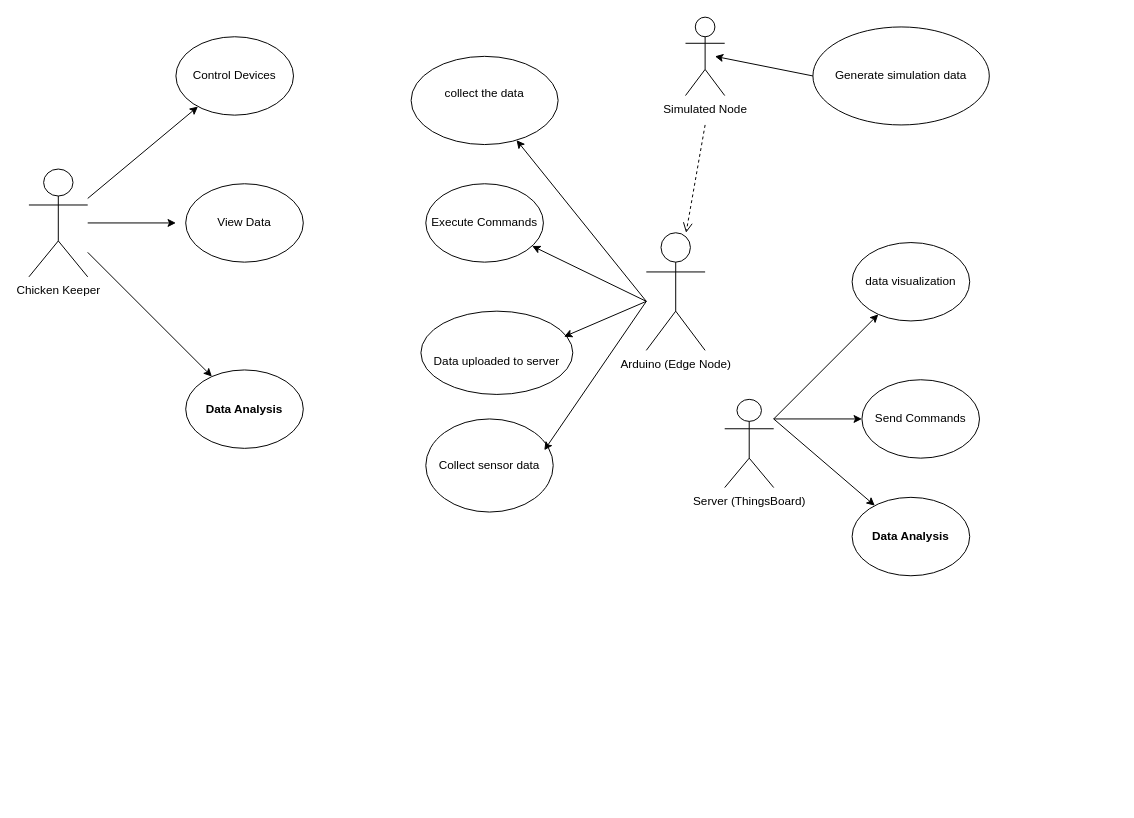
Earlier version of the draw.io diagram Requirement_UseCase_Diagram.drawio (XingxingLiao/TEST). Source tidied: cells renumbered, new cells numbered last; positions are measured from the earlier drawing's top-left corner, leaving out a move shared by most shapes. Both pictures are drawn from the tidied source at 98%, with x=0, y=0 at pixel (28, 17).
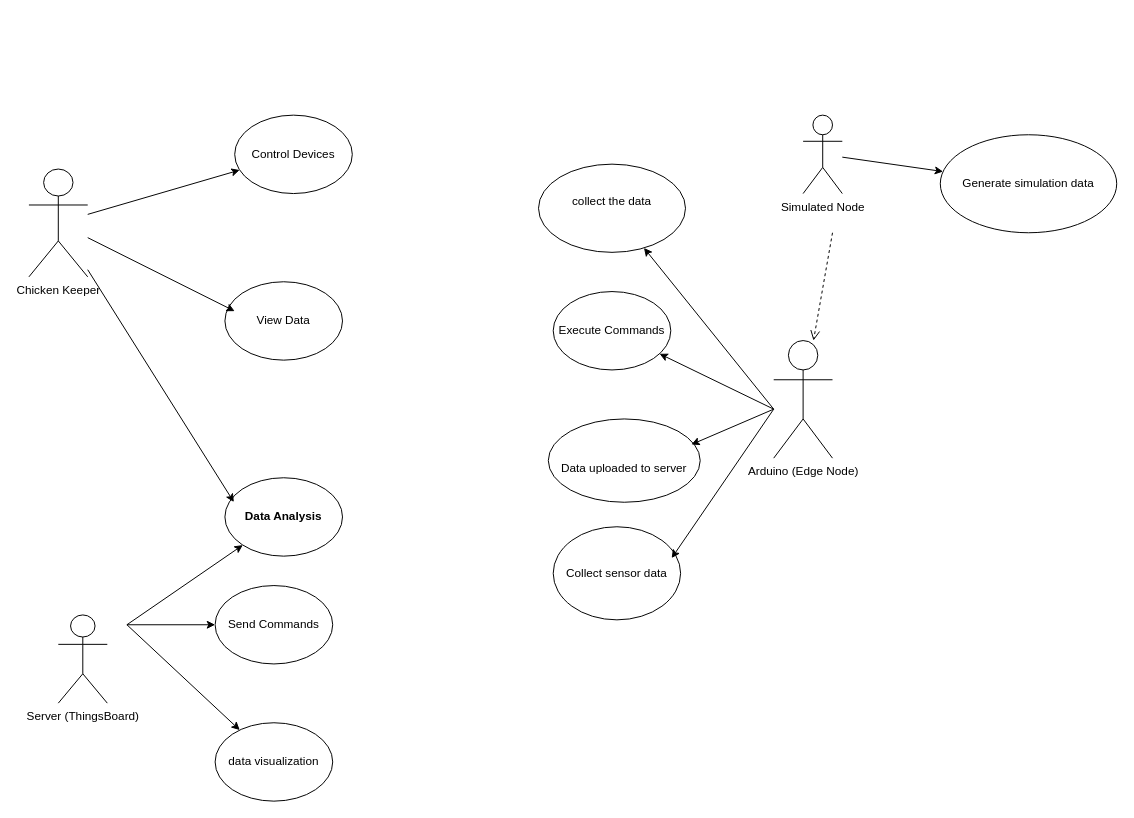
After the change.

The change refers to these unchanged cells:
```xml
<mxCell id="2" value="Chicken Keeper" style="shape=umlActor;verticalLabelPosition=bottom;verticalAlign=top;html=1;outlineConnect=0;" parent="1" vertex="1">
  <mxGeometry y="155" width="60" height="110" as="geometry" />
</mxCell>
```

Diff of the diagram source:
```diff
@@
     <mxCell id="3" value="collect the data&lt;div&gt;&lt;br&gt;&lt;/div&gt;" style="ellipse;whiteSpace=wrap;html=1;" parent="1" vertex="1">
-      <mxGeometry x="390" y="40" width="150" height="90" as="geometry" />
+      <mxGeometry x="520" y="150" width="150" height="90" as="geometry" />
     </mxCell>
     <mxCell id="4" value="Arduino (Edge Node)" style="shape=umlActor;verticalLabelPosition=bottom;verticalAlign=top;html=1;outlineConnect=0;" parent="1" vertex="1">
-      <mxGeometry x="630" y="220" width="60" height="120" as="geometry" />
+      <mxGeometry x="760" y="330" width="60" height="120" as="geometry" />
     </mxCell>
     <mxCell id="5" value="&lt;div style=&quot;text-wrap-mode: nowrap;&quot;&gt;&lt;br&gt;&lt;/div&gt;&lt;div style=&quot;text-wrap-mode: nowrap;&quot;&gt;Data uploaded to server&lt;/div&gt;" style="ellipse;whiteSpace=wrap;html=1;" parent="1" vertex="1">
-      <mxGeometry x="400" y="300" width="155" height="85" as="geometry" />
+      <mxGeometry x="530" y="410" width="155" height="85" as="geometry" />
     </mxCell>
     <mxCell id="6" value="&lt;span style=&quot;text-wrap-mode: nowrap;&quot;&gt;data visualization&lt;/span&gt;" style="ellipse;whiteSpace=wrap;html=1;" parent="1" vertex="1">
-      <mxGeometry x="840" y="230" width="120" height="80" as="geometry" />
+      <mxGeometry x="190" y="720" width="120" height="80" as="geometry" />
     </mxCell>
     <mxCell id="7" value="&lt;strong&gt;Data Analysis&lt;/strong&gt;" style="ellipse;whiteSpace=wrap;html=1;" parent="1" vertex="1">
-      <mxGeometry x="840" y="490" width="120" height="80" as="geometry" />
+      <mxGeometry x="200" y="470" width="120" height="80" as="geometry" />
     </mxCell>
     <mxCell id="8" value="&lt;span style=&quot;text-wrap-mode: nowrap;&quot;&gt;Generate simulation data&lt;/span&gt;" style="ellipse;whiteSpace=wrap;html=1;" parent="1" vertex="1">
-      <mxGeometry x="800" y="10" width="180" height="100" as="geometry" />
+      <mxGeometry x="930" y="120" width="180" height="100" as="geometry" />
     </mxCell>
     <mxCell id="9" value="View Data" style="ellipse;whiteSpace=wrap;html=1;" parent="1" vertex="1">
-      <mxGeometry x="160" y="170" width="120" height="80" as="geometry" />
+      <mxGeometry x="200" y="270" width="120" height="80" as="geometry" />
     </mxCell>
     <mxCell id="10" value="Control Devices" style="ellipse;whiteSpace=wrap;html=1;" parent="1" vertex="1">
-      <mxGeometry x="150" y="20" width="120" height="80" as="geometry" />
+      <mxGeometry x="210" y="100" width="120" height="80" as="geometry" />
     </mxCell>
-    <mxCell id="11" value="&lt;strong&gt;Data Analysis&lt;/strong&gt;" style="ellipse;whiteSpace=wrap;html=1;" parent="1" vertex="1">
-      <mxGeometry x="160" y="360" width="120" height="80" as="geometry" />
-    </mxCell>
-    <mxCell id="12" style="endArrow=classic;html=1;rounded=0;" parent="1" edge="1" source="2" target="11">
+    <mxCell id="12" style="endArrow=classic;html=1;rounded=0;entryX=0.076;entryY=0.31;entryDx=0;entryDy=0;entryPerimeter=0;" parent="1" edge="1" source="2" target="7">
       <mxGeometry relative="1" as="geometry" />
     </mxCell>
-    <mxCell id="13" style="endArrow=classic;html=1;rounded=0;" parent="1" edge="1" source="2">
-      <mxGeometry relative="1" as="geometry">
-        <mxPoint x="150" y="210" as="targetPoint" />
-      </mxGeometry>
+    <mxCell id="13" style="endArrow=classic;html=1;rounded=0;entryX=0.083;entryY=0.375;entryDx=0;entryDy=0;entryPerimeter=0;" parent="1" edge="1" source="2" target="9">
+      <mxGeometry relative="1" as="geometry" />
     </mxCell>
@@
     <mxCell id="15" value="Execute Commands" style="ellipse;whiteSpace=wrap;html=1;" parent="1" vertex="1">
-      <mxGeometry x="405" y="170" width="120" height="80" as="geometry" />
+      <mxGeometry x="535" y="280" width="120" height="80" as="geometry" />
     </mxCell>
     <mxCell id="16" value="&lt;span style=&quot;text-wrap-mode: nowrap;&quot;&gt;Collect sensor data&lt;/span&gt;" style="ellipse;whiteSpace=wrap;html=1;" parent="1" vertex="1">
-      <mxGeometry x="405" y="410" width="130" height="95" as="geometry" />
+      <mxGeometry x="535" y="520" width="130" height="95" as="geometry" />
     </mxCell>
     <mxCell id="17" style="endArrow=classic;html=1;rounded=0;" parent="1" edge="1" target="3">
       <mxGeometry relative="1" as="geometry">
-        <mxPoint x="630" y="290" as="sourcePoint" />
+        <mxPoint x="760" y="400" as="sourcePoint" />
       </mxGeometry>
     </mxCell>
     <mxCell id="18" style="endArrow=classic;html=1;rounded=0;" parent="1" edge="1" target="15">
       <mxGeometry relative="1" as="geometry">
-        <mxPoint x="630" y="290" as="sourcePoint" />
+        <mxPoint x="760" y="400" as="sourcePoint" />
       </mxGeometry>
     </mxCell>
     <mxCell id="19" style="endArrow=classic;html=1;rounded=0;entryX=0.942;entryY=0.307;entryDx=0;entryDy=0;entryPerimeter=0;" parent="1" edge="1" target="5">
       <mxGeometry relative="1" as="geometry">
-        <mxPoint x="630" y="290" as="sourcePoint" />
+        <mxPoint x="760" y="400" as="sourcePoint" />
       </mxGeometry>
     </mxCell>
     <mxCell id="20" style="endArrow=classic;html=1;rounded=0;entryX=0.93;entryY=0.336;entryDx=0;entryDy=0;entryPerimeter=0;" parent="1" edge="1" target="16">
       <mxGeometry relative="1" as="geometry">
-        <mxPoint x="630" y="290" as="sourcePoint" />
+        <mxPoint x="760" y="400" as="sourcePoint" />
       </mxGeometry>
     </mxCell>
     <mxCell id="21" value="Simulated Node" style="shape=umlActor;verticalLabelPosition=bottom;verticalAlign=top;html=1;outlineConnect=0;" parent="1" vertex="1">
-      <mxGeometry x="670" width="40" height="80" as="geometry" />
+      <mxGeometry x="790" y="100" width="40" height="80" as="geometry" />
     </mxCell>
-    <mxCell id="22" style="endArrow=classic;html=1;rounded=0;exitX=0;exitY=0.5;exitDx=0;exitDy=0;" parent="1" edge="1" source="8">
-      <mxGeometry relative="1" as="geometry">
-        <mxPoint x="700" y="40" as="targetPoint" />
-      </mxGeometry>
+    <mxCell id="22" style="endArrow=classic;html=1;rounded=0;" parent="1" edge="1" source="21" target="8">
+      <mxGeometry relative="1" as="geometry" />
     </mxCell>
     <mxCell id="23" value="Server (ThingsBoard)" style="shape=umlActor;verticalLabelPosition=bottom;verticalAlign=top;html=1;outlineConnect=0;" parent="1" vertex="1">
-      <mxGeometry x="710" y="390" width="50" height="90" as="geometry" />
+      <mxGeometry x="30" y="610" width="50" height="90" as="geometry" />
     </mxCell>
     <mxCell id="24" value="Send Commands" style="ellipse;whiteSpace=wrap;html=1;" parent="1" vertex="1">
-      <mxGeometry x="850" y="370" width="120" height="80" as="geometry" />
+      <mxGeometry x="190" y="580" width="120" height="80" as="geometry" />
     </mxCell>
     <mxCell id="25" style="endArrow=classic;html=1;rounded=0;entryX=0;entryY=0.5;entryDx=0;entryDy=0;" parent="1" edge="1" target="24">
       <mxGeometry relative="1" as="geometry">
-        <mxPoint x="760" y="410" as="sourcePoint" />
+        <mxPoint x="100" y="620" as="sourcePoint" />
       </mxGeometry>
     </mxCell>
-    <mxCell id="26" style="endArrow=classic;html=1;rounded=0;" parent="1" edge="1" source="23" target="6">
-      <mxGeometry relative="1" as="geometry" />
+    <mxCell id="26" style="endArrow=classic;html=1;rounded=0;" parent="1" edge="1" target="6">
+      <mxGeometry relative="1" as="geometry">
+        <mxPoint x="100" y="620" as="sourcePoint" />
+      </mxGeometry>
     </mxCell>
     <mxCell id="27" style="endArrow=classic;html=1;rounded=0;" parent="1" edge="1" target="7">
       <mxGeometry relative="1" as="geometry">
-        <mxPoint x="760" y="410" as="sourcePoint" />
+        <mxPoint x="100" y="620" as="sourcePoint" />
       </mxGeometry>
     </mxCell>
     <mxCell id="28" style="html=1;verticalAlign=bottom;endArrow=open;dashed=1;endSize=8;curved=0;rounded=0;" parent="1" edge="1" target="4">
       <mxGeometry relative="1" as="geometry">
-        <mxPoint x="690" y="110" as="sourcePoint" />
+        <mxPoint x="820" y="220" as="sourcePoint" />
       </mxGeometry>
     </mxCell>
```
